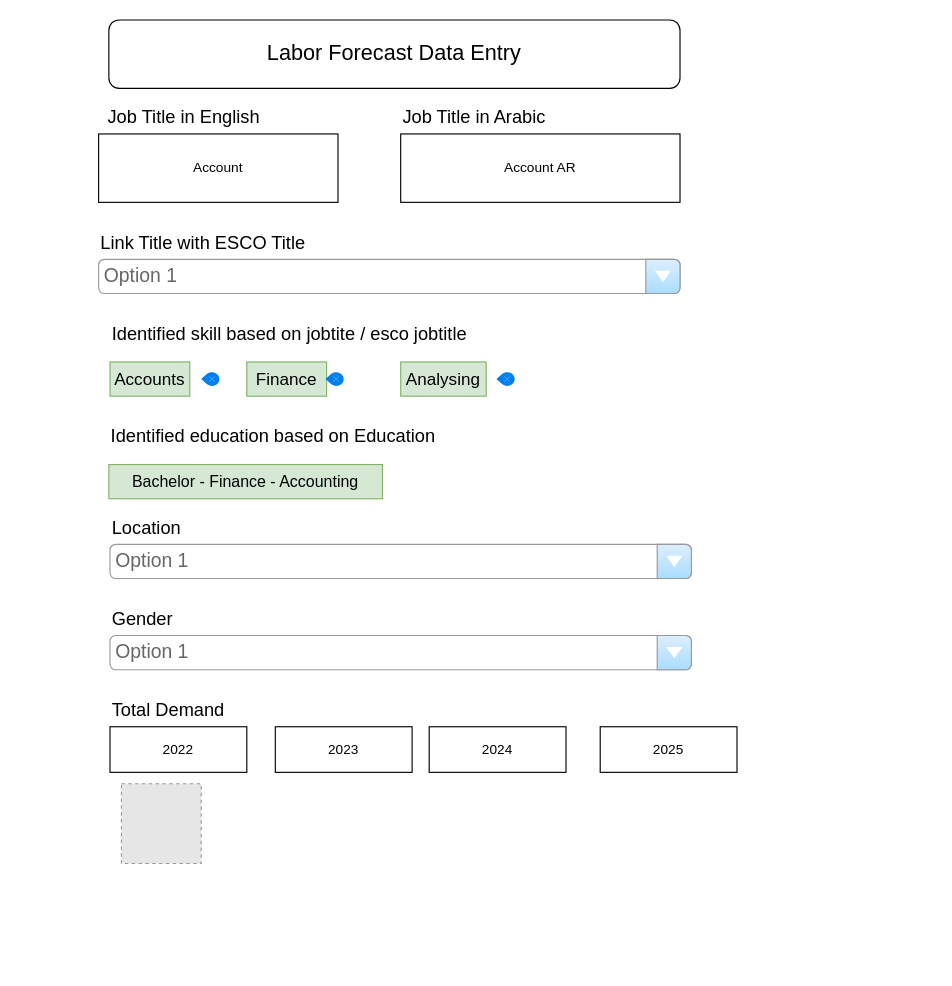
Adityacs001/snippet keeps this draw.io diagram as forecast.drawio. Above is the earlier version. Source tidied: cells renumbered, new cells numbered last; positions are measured from the earlier drawing's top-left corner, leaving out a move shared by most shapes. Both pictures are drawn from the tidied source at 114%, with x=0, y=0 at pixel (98, 19). Pictures stored in the file or linked from it are replaced by grey dashed boxes.
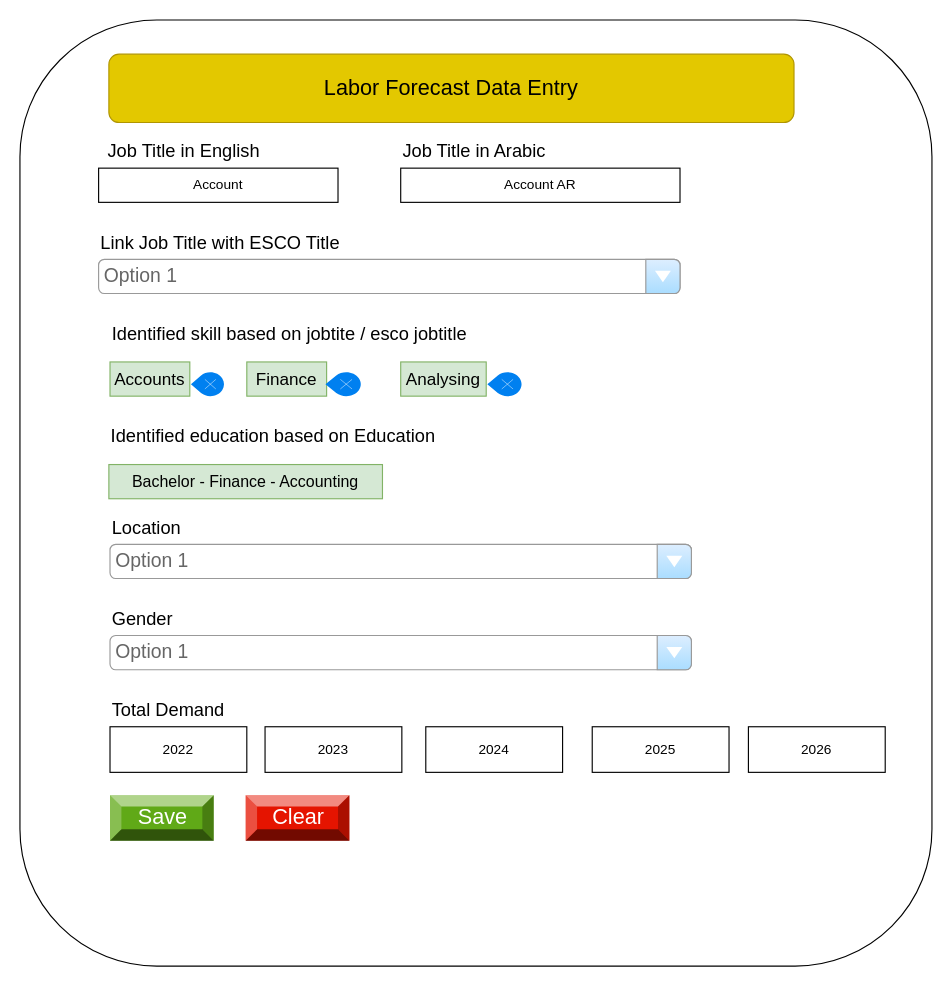
The same page after the edit.

What changed in the source:
```diff
@@
+    <mxCell id="28" style="rounded=1;whiteSpace=wrap;html=1;fontSize=19;" parent="1" vertex="1">
+      <mxGeometry x="-69" width="800" height="830" as="geometry" />
+    </mxCell>
     <mxCell id="2" value="Account" style="rounded=0;whiteSpace=wrap;html=1;" parent="1" vertex="1">
-      <mxGeometry y="100" width="210" height="60" as="geometry" />
+      <mxGeometry y="130" width="210" height="30" as="geometry" />
     </mxCell>
     <mxCell id="3" value="Account AR" style="rounded=0;whiteSpace=wrap;html=1;" parent="1" vertex="1">
-      <mxGeometry x="265" y="100" width="245" height="60" as="geometry" />
+      <mxGeometry x="265" y="130" width="245" height="30" as="geometry" />
     </mxCell>
     <mxCell id="4" value="&lt;font style=&quot;font-size: 16px&quot;&gt;Job Title in English&lt;/font&gt;" style="text;html=1;strokeColor=none;fillColor=none;align=center;verticalAlign=middle;whiteSpace=wrap;rounded=0;" parent="1" vertex="1">
-      <mxGeometry y="70" width="150" height="30" as="geometry" />
+      <mxGeometry y="100" width="150" height="30" as="geometry" />
     </mxCell>
     <mxCell id="5" value="&lt;font style=&quot;font-size: 16px&quot;&gt;Job Title in Arabic&lt;/font&gt;" style="text;html=1;strokeColor=none;fillColor=none;align=left;verticalAlign=middle;whiteSpace=wrap;rounded=0;" parent="1" vertex="1">
-      <mxGeometry x="265" y="70" width="155" height="30" as="geometry" />
+      <mxGeometry x="265" y="100" width="155" height="30" as="geometry" />
     </mxCell>
-    <mxCell id="6" value="&lt;font style=&quot;font-size: 16px&quot;&gt;Link Title with ESCO Title&lt;/font&gt;" style="text;html=1;strokeColor=none;fillColor=none;align=left;verticalAlign=middle;whiteSpace=wrap;rounded=0;" parent="1" vertex="1">
-      <mxGeometry y="180" width="210" height="30" as="geometry" />
+    <mxCell id="6" value="&lt;font style=&quot;font-size: 16px&quot;&gt;Link Job Title with ESCO Title&lt;/font&gt;" style="text;html=1;strokeColor=none;fillColor=none;align=left;verticalAlign=middle;whiteSpace=wrap;rounded=0;" parent="1" vertex="1">
+      <mxGeometry y="180" width="240" height="30" as="geometry" />
     </mxCell>
@@
-    <mxCell id="10" value="&lt;font style=&quot;font-size: 19px&quot;&gt;Labor Forecast Data Entry&lt;/font&gt;" style="rounded=1;whiteSpace=wrap;html=1;" parent="1" vertex="1">
-      <mxGeometry x="9" width="501" height="60" as="geometry" />
+    <mxCell id="10" value="&lt;font style=&quot;font-size: 19px&quot;&gt;Labor Forecast Data Entry&lt;/font&gt;" style="rounded=1;whiteSpace=wrap;html=1;fillColor=#e3c800;fontColor=#000000;strokeColor=#B09500;" parent="1" vertex="1">
+      <mxGeometry x="9" y="30" width="601" height="60" as="geometry" />
     </mxCell>
@@
     <mxCell id="14" style="html=1;verticalLabelPosition=bottom;labelBackgroundColor=#ffffff;verticalAlign=top;shadow=0;dashed=0;strokeWidth=2;shape=mxgraph.ios7.misc.remove;fillColor=#0080f0;strokeColor=#ffffff;sketch=0;fontSize=15;" parent="1" vertex="1">
-      <mxGeometry x="90" y="309" width="16" height="12" as="geometry" />
+      <mxGeometry x="81" y="309" width="29" height="21" as="geometry" />
     </mxCell>
     <mxCell id="15" style="html=1;verticalLabelPosition=bottom;labelBackgroundColor=#ffffff;verticalAlign=top;shadow=0;dashed=0;strokeWidth=2;shape=mxgraph.ios7.misc.remove;fillColor=#0080f0;strokeColor=#ffffff;sketch=0;fontSize=15;" parent="1" vertex="1">
-      <mxGeometry x="199" y="309" width="16" height="12" as="geometry" />
+      <mxGeometry x="199" y="309" width="31" height="21" as="geometry" />
     </mxCell>
     <mxCell id="16" style="html=1;verticalLabelPosition=bottom;labelBackgroundColor=#ffffff;verticalAlign=top;shadow=0;dashed=0;strokeWidth=2;shape=mxgraph.ios7.misc.remove;fillColor=#0080f0;strokeColor=#ffffff;sketch=0;fontSize=15;" parent="1" vertex="1">
-      <mxGeometry x="349" y="309" width="16" height="12" as="geometry" />
+      <mxGeometry x="341" y="309" width="30" height="21" as="geometry" />
     </mxCell>
@@
+    <mxCell id="19" value="Option 1" style="strokeWidth=1;shadow=0;dashed=0;align=center;html=1;shape=mxgraph.mockup.forms.comboBox;strokeColor=#999999;fillColor=#ddeeff;align=left;fillColor2=#aaddff;mainText=;fontColor=#666666;fontSize=17;spacingLeft=3;" parent="1" vertex="1">
+      <mxGeometry x="10" y="460" width="510" height="30" as="geometry" />
+    </mxCell>
@@
-    <mxCell id="19" value="Option 1" style="strokeWidth=1;shadow=0;dashed=0;align=center;html=1;shape=mxgraph.mockup.forms.comboBox;strokeColor=#999999;fillColor=#ddeeff;align=left;fillColor2=#aaddff;mainText=;fontColor=#666666;fontSize=17;spacingLeft=3;" parent="1" vertex="1">
-      <mxGeometry x="10" y="460" width="510" height="30" as="geometry" />
-    </mxCell>
@@
     <mxCell id="24" value="2023" style="rounded=0;whiteSpace=wrap;html=1;" parent="1" vertex="1">
-      <mxGeometry x="155" y="620" width="120" height="40" as="geometry" />
+      <mxGeometry x="146" y="620" width="120" height="40" as="geometry" />
     </mxCell>
     <mxCell id="25" value="2024" style="rounded=0;whiteSpace=wrap;html=1;" parent="1" vertex="1">
-      <mxGeometry x="290" y="620" width="120" height="40" as="geometry" />
+      <mxGeometry x="287" y="620" width="120" height="40" as="geometry" />
     </mxCell>
     <mxCell id="26" value="2025" style="rounded=0;whiteSpace=wrap;html=1;" parent="1" vertex="1">
-      <mxGeometry x="440" y="620" width="120" height="40" as="geometry" />
+      <mxGeometry x="433" y="620" width="120" height="40" as="geometry" />
     </mxCell>
-    <mxCell id="27" style="fillColor=#E6E6E6;strokeColor=#999999;dashed=1;html=1;verticalAlign=top;verticalLabelPosition=bottom;labelBackgroundColor=#ffffff;fontSize=19;" parent="1" vertex="1">
-      <mxGeometry x="20" y="670" width="70" height="70" as="geometry" />
-    </mxCell>
+    <mxCell id="29" value="2026" style="rounded=0;whiteSpace=wrap;html=1;" parent="1" vertex="1">
+      <mxGeometry x="570" y="620" width="120" height="40" as="geometry" />
+    </mxCell>
+    <mxCell id="30" value="Clear" style="labelPosition=center;verticalLabelPosition=middle;align=center;html=1;shape=mxgraph.basic.shaded_button;dx=10;fillColor=#e51400;strokeColor=#B20000;fontSize=19;fontColor=#ffffff;" parent="1" vertex="1">
+      <mxGeometry x="129" y="680" width="91" height="40" as="geometry" />
+    </mxCell>
+    <mxCell id="31" value="Save" style="labelPosition=center;verticalLabelPosition=middle;align=center;html=1;shape=mxgraph.basic.shaded_button;dx=10;fillColor=#60a917;strokeColor=#2D7600;fontSize=19;fontColor=#ffffff;" parent="1" vertex="1">
+      <mxGeometry x="10" y="680" width="91" height="40" as="geometry" />
+    </mxCell>
```
